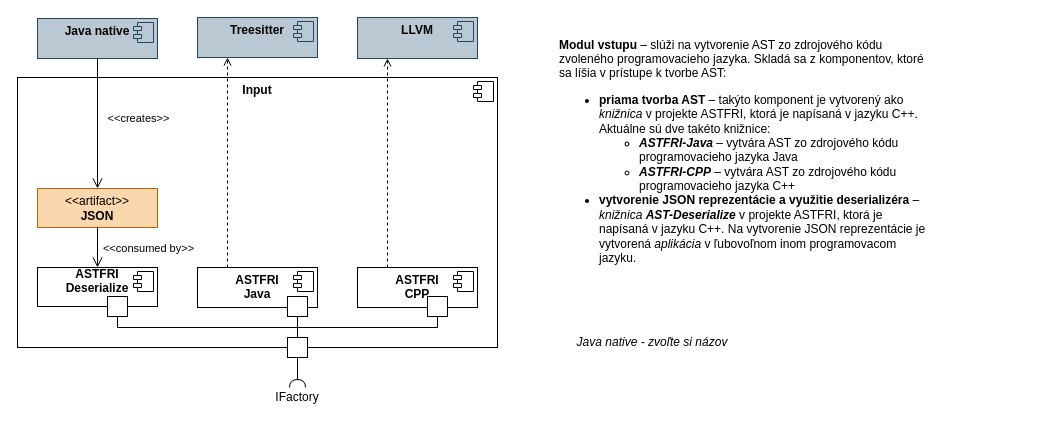
kifriosse/astfri keeps this draw.io diagram as page "Input" (2 of 4) of libastfri/doc/ComponentDiagram.drawio. Above is the earlier version. Source tidied: cells renumbered, new cells numbered last; positions are measured from the earlier drawing's top-left corner, leaving out a move shared by most shapes. Both pictures are drawn from the tidied source at 100%, with x=0, y=0 at pixel (17, 17).
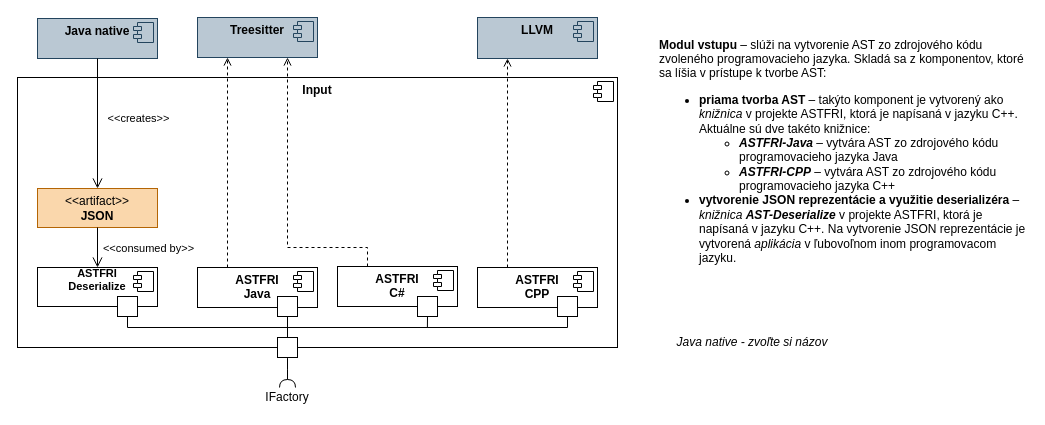
After the change.

Commit message:
Updated ComponentDiagram.drawio to include ASTFRI C# in Input diagram

The change refers to these unchanged cells:
```xml
<mxCell id="8" value="&lt;p style=&quot;margin: 6px 0px 0px;&quot;&gt;&lt;b&gt;ASTFRI&lt;br&gt;Java&lt;/b&gt;&lt;/p&gt;" style="align=center;overflow=fill;html=1;whiteSpace=wrap;verticalAlign=middle;" parent="1" vertex="1">
  <mxGeometry x="180" y="250" width="120" height="40" as="geometry" />
</mxCell>
<mxCell id="23" value="&lt;p style=&quot;margin:0px;margin-top:6px;text-align:center;&quot;&gt;&lt;b&gt;Treesitter&lt;/b&gt;&lt;/p&gt;" style="align=left;overflow=fill;html=1;whiteSpace=wrap;fillColor=#bac8d3;strokeColor=#23445d;" parent="1" vertex="1">
  <mxGeometry x="180" width="120" height="40" as="geometry" />
</mxCell>
```

The edit, as a diff of the source:
```diff
@@
     <mxCell id="2" value="&lt;p style=&quot;margin:0px;margin-top:6px;text-align:center;&quot;&gt;&lt;b&gt;Input&lt;/b&gt;&lt;/p&gt;" style="align=left;overflow=fill;html=1;whiteSpace=wrap;" parent="1" vertex="1">
-      <mxGeometry y="60" width="480" height="270" as="geometry" />
+      <mxGeometry y="60" width="600" height="270" as="geometry" />
     </mxCell>
@@
-    <mxCell id="6" value="&lt;b&gt;ASTFRI &lt;br&gt;Deserialize&lt;/b&gt;" style="align=center;overflow=fill;html=1;whiteSpace=wrap;verticalAlign=middle;" parent="1" vertex="1">
+    <mxCell id="6" value="&lt;b&gt;ASTFRI &lt;br&gt;Deserialize&lt;/b&gt;" style="align=center;overflow=fill;html=1;whiteSpace=wrap;verticalAlign=middle;fontSize=11;spacingTop=0;spacing=0;spacingRight=0;" parent="1" vertex="1">
       <mxGeometry x="20" y="250" width="120" height="39" as="geometry" />
     </mxCell>
@@
     <mxCell id="15" value="&lt;p style=&quot;margin: 6px 0px 0px;&quot;&gt;&lt;b&gt;ASTFRI&lt;br&gt;CPP&lt;/b&gt;&lt;/p&gt;" style="align=center;overflow=fill;html=1;whiteSpace=wrap;verticalAlign=middle;" parent="1" vertex="1">
-      <mxGeometry x="340" y="250" width="120" height="40" as="geometry" />
+      <mxGeometry x="460" y="250" width="120" height="40" as="geometry" />
     </mxCell>
@@
     <mxCell id="18" style="html=1;rounded=0;" parent="1" vertex="1">
-      <mxGeometry x="270" y="279" width="20" height="20" as="geometry" />
+      <mxGeometry x="260" y="279" width="20" height="20" as="geometry" />
     </mxCell>
     <mxCell id="19" style="html=1;rounded=0;" parent="1" vertex="1">
-      <mxGeometry x="90" y="279" width="20" height="20" as="geometry" />
+      <mxGeometry x="100" y="279" width="20" height="20" as="geometry" />
     </mxCell>
     <mxCell id="20" style="edgeStyle=orthogonalEdgeStyle;rounded=0;jettySize=auto;html=1;exitX=0.5;exitY=1;exitDx=0;exitDy=0;endArrow=none;startFill=0;entryX=0.5;entryY=1;entryDx=0;entryDy=0;" parent="1" edge="1" source="21" target="19">
       <mxGeometry relative="1" as="geometry">
         <Array as="points">
-          <mxPoint x="420" y="310" />
-          <mxPoint x="100" y="310" />
+          <mxPoint x="550" y="310" />
+          <mxPoint x="110" y="310" />
         </Array>
       </mxGeometry>
     </mxCell>
     <mxCell id="21" style="html=1;rounded=0;" parent="1" vertex="1">
-      <mxGeometry x="410" y="279" width="20" height="20" as="geometry" />
+      <mxGeometry x="540" y="279" width="20" height="20" as="geometry" />
     </mxCell>
-    <mxCell id="22" style="rounded=0;jettySize=auto;html=1;endArrow=halfCircle;endFill=0;endSize=6;strokeWidth=1;sketch=0;fontSize=12;curved=1;exitX=0.5;exitY=1;exitDx=0;exitDy=0;" parent="1" edge="1" source="30">
-      <mxGeometry relative="1" as="geometry">
-        <mxPoint x="280" y="370" as="targetPoint" />
-      </mxGeometry>
+    <mxCell id="22" style="rounded=0;jettySize=auto;html=1;endArrow=halfCircle;endFill=0;endSize=6;strokeWidth=1;sketch=0;fontSize=12;curved=1;exitX=0.5;exitY=1;exitDx=0;exitDy=0;entryX=0.5;entryY=0;entryDx=0;entryDy=0;" parent="1" edge="1" source="30" target="29">
+      <mxGeometry relative="1" as="geometry" />
     </mxCell>
@@
     <mxCell id="25" value="&lt;p style=&quot;margin:0px;margin-top:6px;text-align:center;&quot;&gt;&lt;b&gt;LLVM&lt;/b&gt;&lt;/p&gt;" style="align=left;overflow=fill;html=1;whiteSpace=wrap;fillColor=#bac8d3;strokeColor=#23445d;" parent="1" vertex="1">
-      <mxGeometry x="340" width="120" height="41" as="geometry" />
+      <mxGeometry x="460" width="120" height="41" as="geometry" />
     </mxCell>
@@
     <mxCell id="27" style="html=1;labelBackgroundColor=#ffffff;jettySize=auto;fontSize=14;rounded=0;jumpStyle=gap;edgeStyle=orthogonalEdgeStyle;startArrow=none;endArrow=open;dashed=1;strokeWidth=1;entryX=0.25;entryY=1;entryDx=0;entryDy=0;exitX=0.25;exitY=0;exitDx=0;exitDy=0;" parent="1" edge="1" source="8" target="23">
-      <mxGeometry relative="1" as="geometry" />
+      <mxGeometry relative="1" as="geometry">
+        <Array as="points">
+          <mxPoint x="210" y="90" />
+          <mxPoint x="210" y="90" />
+        </Array>
+      </mxGeometry>
     </mxCell>
@@
     <mxCell id="29" value="IFactory" style="text;html=1;align=center;verticalAlign=middle;whiteSpace=wrap;rounded=0;" parent="1" vertex="1">
-      <mxGeometry x="250" y="370" width="60" height="20" as="geometry" />
+      <mxGeometry x="240" y="370" width="60" height="20" as="geometry" />
     </mxCell>
     <mxCell id="30" style="html=1;rounded=0;" parent="1" vertex="1">
-      <mxGeometry x="270" y="320" width="20" height="20" as="geometry" />
+      <mxGeometry x="260" y="320" width="20" height="20" as="geometry" />
     </mxCell>
     <mxCell id="31" value="&lt;b&gt;Modul vstupu&lt;/b&gt; – slúži na vytvorenie AST zo zdrojového kódu zvoleného programovacieho jazyka. Skladá sa z komponentov, ktoré sa líšia v prístupe k tvorbe AST:&lt;br&gt;&lt;ul&gt;&lt;li&gt;&lt;b&gt;priama tvorba AST&lt;/b&gt; – takýto komponent je vytvorený ako &lt;i&gt;knižnica &lt;/i&gt;v projekte ASTFRI, ktorá je napísaná v jazyku C++. Aktuálne sú dve takéto knižnice:&lt;div&gt;&lt;ul&gt;&lt;li&gt;&lt;b&gt;&lt;i&gt;ASTFRI-Java&lt;/i&gt;&lt;/b&gt; – vytvára AST zo zdrojového kódu programovacieho jazyka Java&lt;/li&gt;&lt;li&gt;&lt;b&gt;&lt;i&gt;ASTFRI-CPP&lt;/i&gt;&lt;/b&gt; – vytvára AST zo zdrojového kódu programovacieho jazyka C++&lt;/li&gt;&lt;/ul&gt;&lt;/div&gt;&lt;/li&gt;&lt;li&gt;&lt;b&gt;vytvorenie JSON reprezentácie a využitie deserializéra&lt;/b&gt; – &lt;i&gt;knižnica &lt;/i&gt;&lt;b&gt;&lt;i&gt;AST-Deserialize&lt;/i&gt;&lt;/b&gt;&amp;nbsp;v projekte ASTFRI, ktorá je napísaná v jazyku C++. Na vytvorenie JSON reprezentácie je vytvorená &lt;i&gt;aplikácia &lt;/i&gt;v ľubovoľnom inom programovacom jazyku.&lt;/li&gt;&lt;/ul&gt;" style="text;html=1;align=left;verticalAlign=middle;whiteSpace=wrap;rounded=0;" parent="1" vertex="1">
-      <mxGeometry x="540" y="10" width="370" height="260" as="geometry" />
+      <mxGeometry x="640" y="10" width="370" height="260" as="geometry" />
     </mxCell>
     <mxCell id="32" value="Java native - zvoľte si názov" style="text;html=1;align=center;verticalAlign=middle;whiteSpace=wrap;rounded=0;fontStyle=2;" parent="1" vertex="1">
-      <mxGeometry x="550" y="310" width="170" height="30" as="geometry" />
+      <mxGeometry x="650" y="310" width="170" height="30" as="geometry" />
     </mxCell>
+    <mxCell id="33" style="edgeStyle=orthogonalEdgeStyle;rounded=0;jettySize=auto;html=1;exitX=0.25;exitY=0;exitDx=0;exitDy=0;entryX=0.75;entryY=1;entryDx=0;entryDy=0;dashed=1;endArrow=open;endFill=0;" parent="1" edge="1" source="34" target="23">
+      <mxGeometry relative="1" as="geometry">
+        <Array as="points">
+          <mxPoint x="350" y="230" />
+          <mxPoint x="270" y="230" />
+        </Array>
+      </mxGeometry>
+    </mxCell>
+    <mxCell id="34" value="&lt;p style=&quot;margin: 6px 0px 0px;&quot;&gt;&lt;b&gt;ASTFRI&lt;br&gt;C#&lt;/b&gt;&lt;/p&gt;" style="align=center;overflow=fill;html=1;whiteSpace=wrap;verticalAlign=middle;" parent="1" vertex="1">
+      <mxGeometry x="320" y="249" width="120" height="40" as="geometry" />
+    </mxCell>
+    <mxCell id="35" style="shape=component;jettyWidth=8;jettyHeight=4;" parent="34" vertex="1">
+      <mxGeometry x="1" width="20" height="20" relative="1" as="geometry">
+        <mxPoint x="-24" y="4" as="offset" />
+      </mxGeometry>
+    </mxCell>
+    <mxCell id="36" style="edgeStyle=orthogonalEdgeStyle;rounded=0;jettySize=auto;html=1;exitX=0.5;exitY=1;exitDx=0;exitDy=0;endArrow=none;endFill=0;" parent="1" edge="1" source="37">
+      <mxGeometry relative="1" as="geometry">
+        <mxPoint x="409.9" y="310" as="targetPoint" />
+      </mxGeometry>
+    </mxCell>
+    <mxCell id="37" style="html=1;rounded=0;" parent="1" vertex="1">
+      <mxGeometry x="400" y="279" width="20" height="20" as="geometry" />
+    </mxCell>
```
